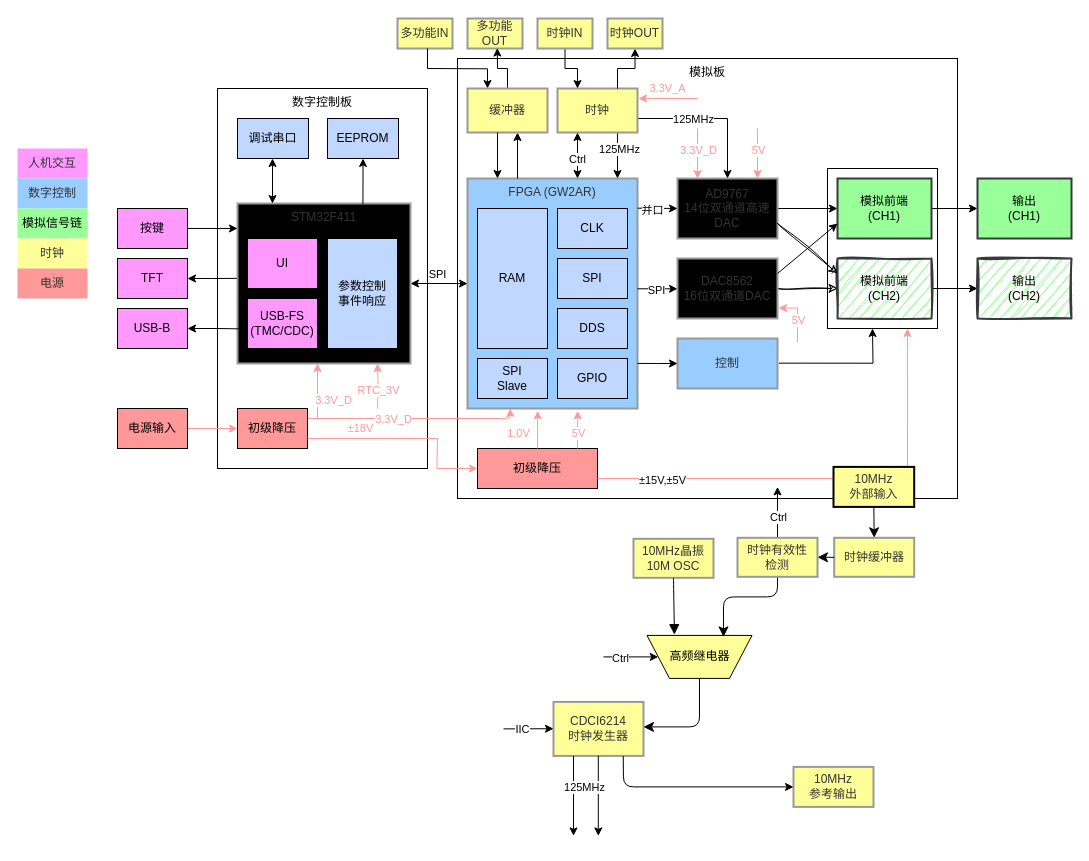
Earlier version of the draw.io diagram docs/流程图/总览.drawio (EERNINUO/ArbWave30). Source tidied: cells renumbered, new cells numbered last; positions are measured from the earlier drawing's top-left corner, leaving out a move shared by most shapes. Both pictures are drawn from the tidied source at 100%, with x=0, y=0 at pixel (17, 18).
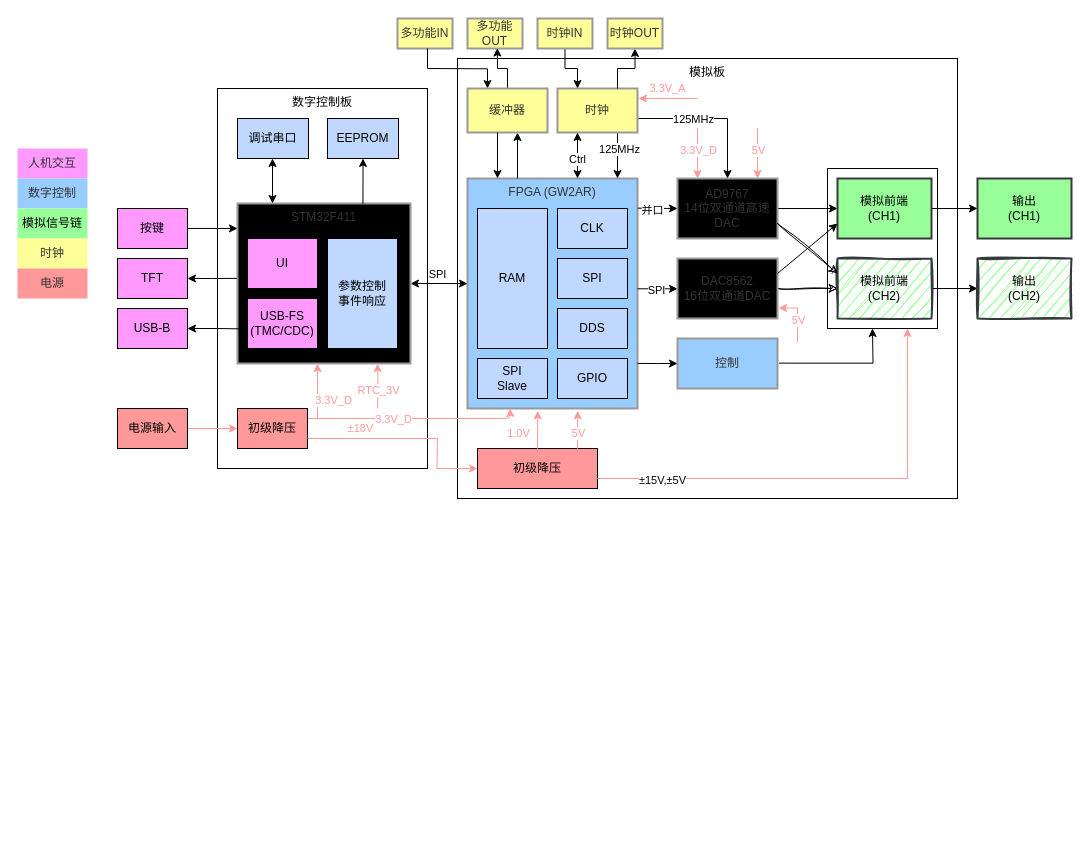
The same page after the edit.

Commit message (it also covers changes not shown here):
移除总览错误放置的模块

The edit, as a diff of the source:
```diff
@@
-    <mxCell id="85" value="10MHz晶振&#10;10M OSC" style="whiteSpace=wrap;strokeWidth=2;fillColor=light-dark(#FFFF99,#1F2020);strokeColor=light-dark(#999999,#cccccc);fontColor=light-dark(#333333,#cccccc);rotation=0;" parent="1" vertex="1">
-      <mxGeometry x="616" y="520.3" width="80" height="39" as="geometry" />
-    </mxCell>
-    <mxCell id="86" value="CDCI6214&#10;时钟发生器" style="whiteSpace=wrap;strokeWidth=2;fillColor=light-dark(#FFFF99,#1F2020);strokeColor=light-dark(#999999,#cccccc);fontColor=light-dark(#333333,#cccccc);rotation=0;" parent="1" vertex="1">
-      <mxGeometry x="536" y="683.4" width="90" height="54" as="geometry" />
-    </mxCell>
-    <mxCell id="87" value="10MHz&#10;参考输出" style="whiteSpace=wrap;strokeWidth=2;fillColor=light-dark(#FFFF99,#1F2020);strokeColor=light-dark(#999999,#cccccc);fontColor=light-dark(#333333,#cccccc);rotation=0;" parent="1" vertex="1">
-      <mxGeometry x="776" y="748.4" width="80" height="40" as="geometry" />
-    </mxCell>
-    <mxCell id="88" style="curved=1;startArrow=none;endArrow=block;exitX=0.5;exitY=1;entryX=0.739;entryY=1.017;rounded=0;fontSize=12;startSize=8;endSize=8;entryDx=0;entryDy=0;entryPerimeter=0;exitDx=0;exitDy=0;" parent="1" edge="1" source="85" target="89">
-      <mxGeometry relative="1" as="geometry" />
-    </mxCell>
-    <mxCell id="89" value="高频继电器" style="shape=trapezoid;perimeter=trapezoidPerimeter;whiteSpace=wrap;html=1;fixedSize=1;direction=south;rotation=90;size=22.5;horizontal=0;fillColor=light-dark(#FFFF99,#1F2020);" parent="1" vertex="1">
-      <mxGeometry x="660.5" y="585.9" width="43" height="105" as="geometry" />
-    </mxCell>
-    <mxCell id="90" style="endArrow=classic;html=1;fontSize=12;startSize=8;endSize=8;curved=0;exitX=0.5;exitY=0;exitDx=0;exitDy=0;rounded=1;" parent="1" edge="1" source="89">
-      <mxGeometry relative="1" as="geometry">
-        <mxPoint x="626" y="708.4" as="targetPoint" />
-        <Array as="points">
-          <mxPoint x="682" y="708.4" />
-        </Array>
-      </mxGeometry>
-    </mxCell>
-    <mxCell id="91" value="10MHz&#10;外部输入" style="whiteSpace=wrap;strokeWidth=2;fillColor=light-dark(#FFFF99,#1F2020);strokeColor=default;fontColor=light-dark(#333333,#cccccc);verticalAlign=middle;rotation=0;" parent="1" vertex="1">
-      <mxGeometry x="816" y="448.4" width="80.7" height="40" as="geometry" />
-    </mxCell>
-    <mxCell id="92" style="endArrow=classic;html=1;fontSize=12;startSize=8;endSize=8;curved=0;exitX=0.5;exitY=1;exitDx=0;exitDy=0;entryX=0.271;entryY=0.965;entryDx=0;entryDy=0;rounded=1;entryPerimeter=0;" parent="1" edge="1" source="104" target="89">
-      <mxGeometry relative="1" as="geometry">
-        <Array as="points">
-          <mxPoint x="760" y="578.4" />
-          <mxPoint x="706" y="578.4" />
-        </Array>
-      </mxGeometry>
-    </mxCell>
-    <mxCell id="93" style="endArrow=classic;html=1;rounded=1;exitX=0.775;exitY=1.002;exitDx=0;exitDy=0;entryX=0;entryY=0.5;entryDx=0;entryDy=0;curved=0;exitPerimeter=0;" parent="1" edge="1" source="86" target="87">
-      <mxGeometry relative="1" as="geometry">
-        <Array as="points">
-          <mxPoint x="606" y="768.4" />
-        </Array>
-      </mxGeometry>
-    </mxCell>
-    <mxCell id="94" style="endArrow=classic;html=1;rounded=0;" parent="1" edge="1">
-      <mxGeometry relative="1" as="geometry">
-        <mxPoint x="580.8" y="737.4" as="sourcePoint" />
-        <mxPoint x="580.8" y="817.4" as="targetPoint" />
-      </mxGeometry>
-    </mxCell>
-    <mxCell id="95" style="endArrow=classic;html=1;rounded=0;" parent="1" edge="1">
-      <mxGeometry relative="1" as="geometry">
-        <mxPoint x="556" y="737.4" as="sourcePoint" />
-        <mxPoint x="556" y="817.4" as="targetPoint" />
-      </mxGeometry>
-    </mxCell>
-    <mxCell id="96" value="125MHz" style="edgeLabel;html=1;align=center;verticalAlign=middle;" parent="95" vertex="1">
-      <mxGeometry x="-0.03" y="-1" relative="1" as="geometry">
-        <mxPoint x="11" y="-8" as="offset" />
-      </mxGeometry>
-    </mxCell>
-    <mxCell id="97" style="endArrow=classic;html=1;rounded=0;" parent="1" edge="1">
-      <mxGeometry relative="1" as="geometry">
-        <mxPoint x="486" y="710.4" as="sourcePoint" />
-        <mxPoint x="536" y="710.2" as="targetPoint" />
-      </mxGeometry>
-    </mxCell>
-    <mxCell id="98" value="IIC" style="edgeLabel;html=1;align=center;verticalAlign=middle;" parent="97" vertex="1">
-      <mxGeometry x="-0.25" relative="1" as="geometry" />
-    </mxCell>
-    <mxCell id="99" style="endArrow=classic;html=1;rounded=0;" parent="1" edge="1" target="89">
-      <mxGeometry relative="1" as="geometry">
-        <mxPoint x="586" y="638.4" as="sourcePoint" />
-      </mxGeometry>
-    </mxCell>
-    <mxCell id="100" value="Ctrl" style="edgeLabel;html=1;align=center;verticalAlign=middle;" parent="99" vertex="1">
-      <mxGeometry x="-0.43" y="-1" relative="1" as="geometry" />
-    </mxCell>
-    <mxCell id="101" style="endArrow=classic;html=1;fontSize=12;startSize=8;endSize=8;curved=0;exitX=0.5;exitY=1;exitDx=0;exitDy=0;entryX=0.5;entryY=0;entryDx=0;entryDy=0;rounded=1;" parent="1" edge="1" source="91" target="102">
-      <mxGeometry relative="1" as="geometry" />
-    </mxCell>
-    <mxCell id="102" value="时钟缓冲器" style="whiteSpace=wrap;strokeWidth=2;fillColor=light-dark(#FFFF99,#1F2020);strokeColor=light-dark(#999999,#cccccc);fontColor=light-dark(#333333,#cccccc);rotation=0;" parent="1" vertex="1">
-      <mxGeometry x="816.7" y="519.3" width="80" height="39" as="geometry" />
-    </mxCell>
-    <mxCell id="103" style="endArrow=classic;html=1;fontSize=12;startSize=8;endSize=8;curved=0;exitX=0;exitY=0.5;exitDx=0;exitDy=0;entryX=1;entryY=0.5;entryDx=0;entryDy=0;rounded=1;" parent="1" edge="1" source="102" target="104">
-      <mxGeometry relative="1" as="geometry" />
-    </mxCell>
-    <mxCell id="104" value="时钟有效性&#10;检测" style="whiteSpace=wrap;strokeWidth=2;fillColor=light-dark(#FFFF99,#1F2020);strokeColor=light-dark(#999999,#cccccc);fontColor=light-dark(#333333,#cccccc);rotation=0;" parent="1" vertex="1">
-      <mxGeometry x="720" y="519.3" width="80" height="39" as="geometry" />
-    </mxCell>
-    <mxCell id="105" style="endArrow=classic;html=1;rounded=0;" parent="1" edge="1">
-      <mxGeometry relative="1" as="geometry">
-        <mxPoint x="760" y="518.4" as="sourcePoint" />
-        <mxPoint x="760" y="468.4" as="targetPoint" />
-      </mxGeometry>
-    </mxCell>
-    <mxCell id="106" value="Ctrl" style="edgeLabel;html=1;align=center;verticalAlign=middle;" parent="105" vertex="1">
-      <mxGeometry x="-0.43" y="-1" relative="1" as="geometry">
-        <mxPoint x="-1" y="-6" as="offset" />
-      </mxGeometry>
-    </mxCell>
```
